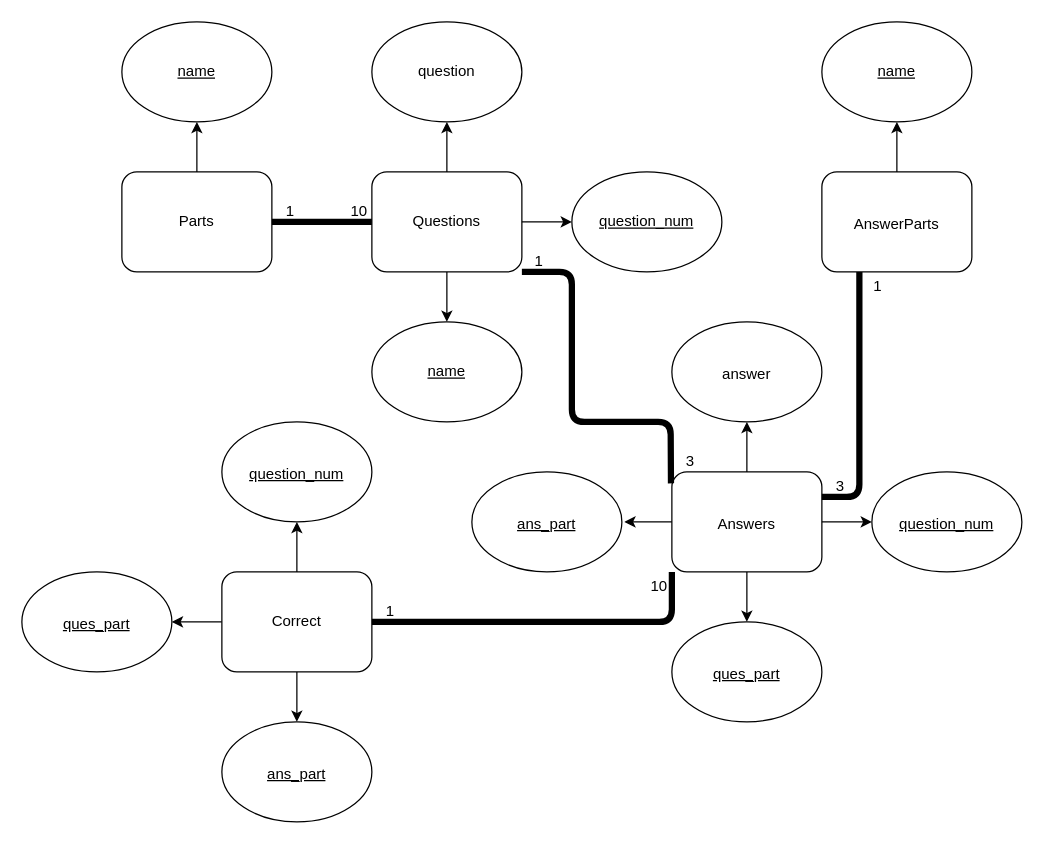
Before: database_design.drawio in runnily/Educational-Website, a draw.io diagram. Source tidied: cells renumbered, new cells numbered last; positions are measured from the earlier drawing's top-left corner, leaving out a move shared by most shapes. Both pictures are drawn from the tidied source at 125%, with x=0, y=0 at pixel (21, 21).
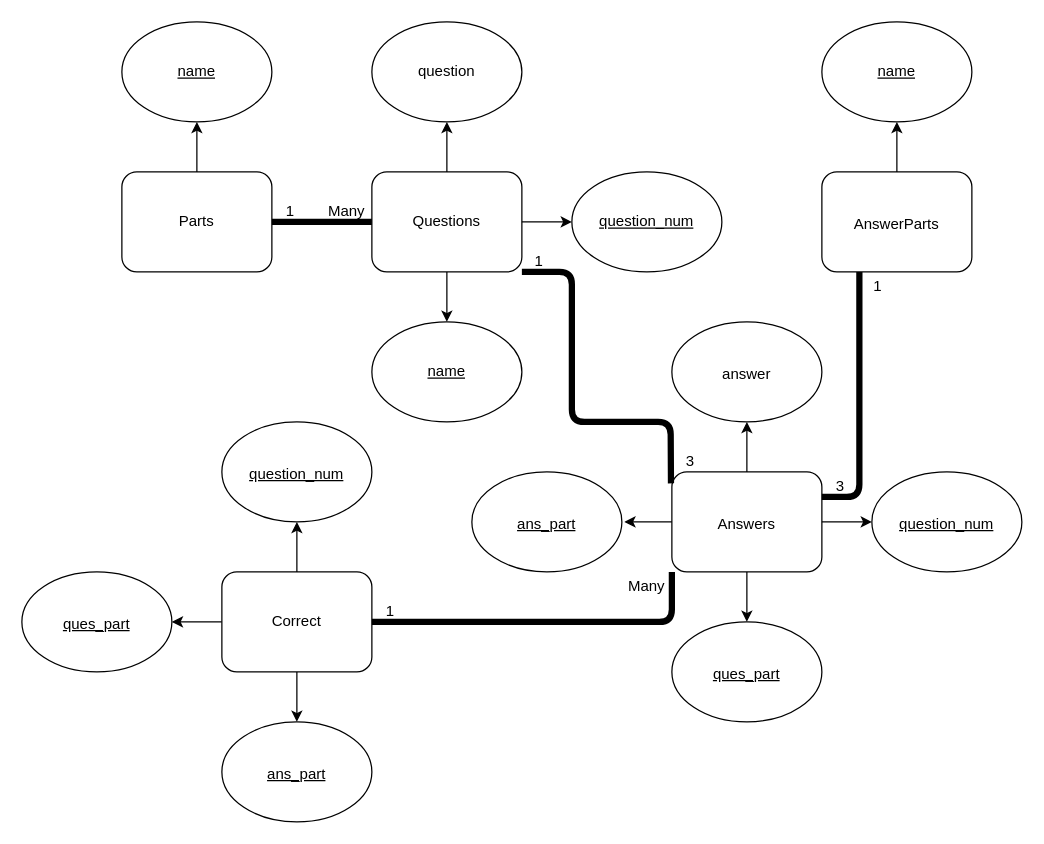
The same page after the edit.

The edit, as a diff of the source:
```diff
@@
-    <mxCell id="36" value="&lt;font style=&quot;font-size: 12px&quot;&gt;10&lt;/font&gt;" style="text;html=1;strokeColor=none;fillColor=none;align=center;verticalAlign=middle;whiteSpace=wrap;rounded=0;fontSize=15;" parent="1" vertex="1">
-      <mxGeometry x="260" y="140" width="20" height="20" as="geometry" />
+    <mxCell id="36" value="&lt;span style=&quot;font-size: 12px&quot;&gt;Many&lt;/span&gt;" style="text;html=1;strokeColor=none;fillColor=none;align=center;verticalAlign=middle;whiteSpace=wrap;rounded=0;fontSize=15;" parent="1" vertex="1">
+      <mxGeometry x="250" y="140" width="20" height="20" as="geometry" />
     </mxCell>
@@
-    <mxCell id="42" value="&lt;font style=&quot;font-size: 12px&quot;&gt;10&lt;/font&gt;" style="text;html=1;strokeColor=none;fillColor=none;align=center;verticalAlign=middle;whiteSpace=wrap;rounded=0;fontSize=15;" parent="1" vertex="1">
-      <mxGeometry x="500" y="440" width="20" height="20" as="geometry" />
+    <mxCell id="42" value="&lt;span style=&quot;font-size: 12px&quot;&gt;Many&lt;/span&gt;" style="text;html=1;strokeColor=none;fillColor=none;align=center;verticalAlign=middle;whiteSpace=wrap;rounded=0;fontSize=15;" parent="1" vertex="1">
+      <mxGeometry x="490" y="440" width="20" height="20" as="geometry" />
     </mxCell>
```
